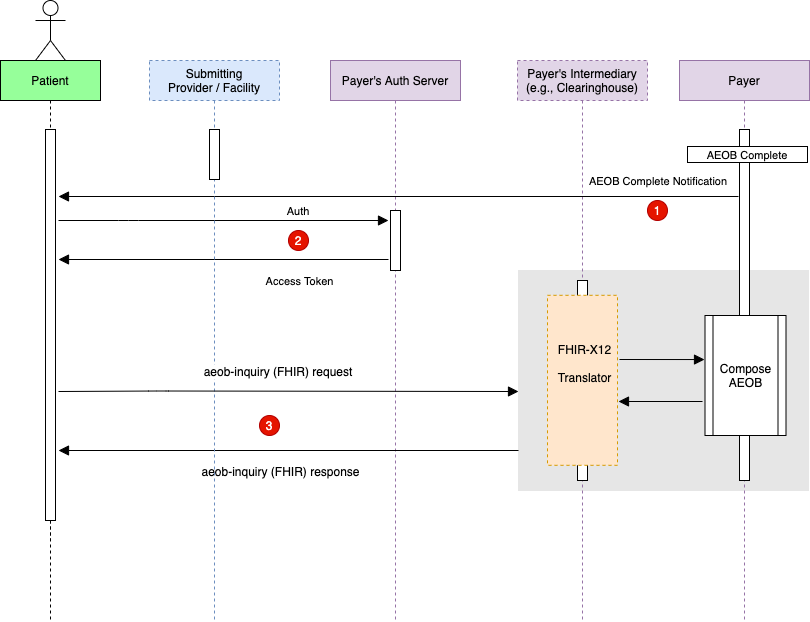
This is input/images/GetAEOB.drawio.png from HL7/davinci-pct, a draw.io export, as it was before one commit. Source tidied: cells renumbered, new cells last; positions are measured from the earlier drawing's top-left corner, leaving out a move shared by most shapes.
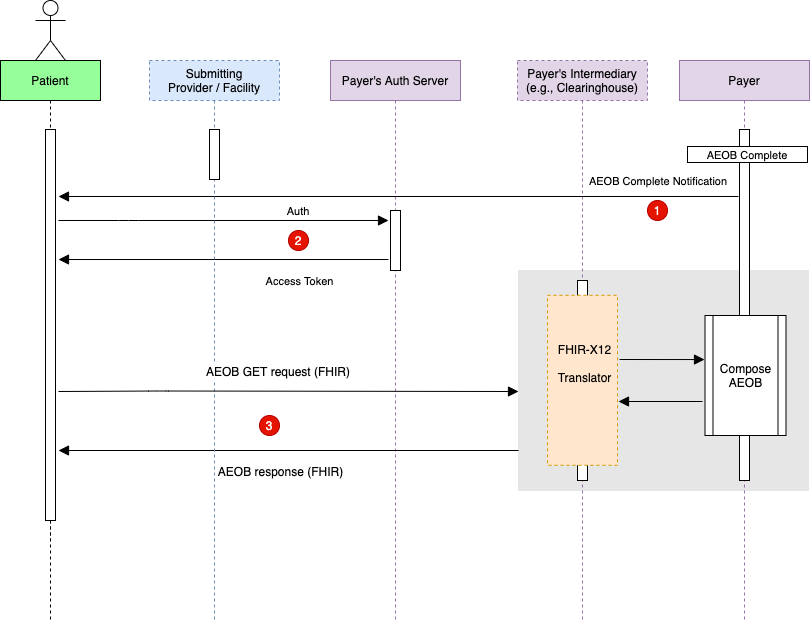
The same diagram one commit later.

Change to the diagram source:
```diff
@@ -104,7 +104,7 @@
         <mxPoint x="58" y="450" as="targetPoint" />
       </mxGeometry>
     </mxCell>
-    <mxCell id="28" value="&lt;span style=&quot;font-size: 12px&quot;&gt;aeob-inquiry (FHIR) response&lt;/span&gt;" style="edgeLabel;html=1;align=center;verticalAlign=bottom;labelPosition=center;verticalLabelPosition=top;" parent="27" vertex="1">
+    <mxCell id="28" value="&lt;span style=&quot;font-size: 12px&quot;&gt;AEOB response (FHIR)&lt;/span&gt;" style="edgeLabel;html=1;align=center;verticalAlign=bottom;labelPosition=center;verticalLabelPosition=top;" parent="27" vertex="1">
       <mxGeometry x="0.32" y="-4" relative="1" as="geometry">
         <mxPoint x="65" y="34" as="offset" />
       </mxGeometry>
@@ -115,7 +115,7 @@
     <mxCell id="30" style="perimeter=orthogonalPerimeter;rounded=0;shadow=0;strokeWidth=1;" parent="29" vertex="1">
       <mxGeometry x="60" y="69" width="10" height="50" as="geometry" />
     </mxCell>
-    <mxCell id="31" value="aeob-inquiry (FHIR) request" style="verticalAlign=bottom;endArrow=block;shadow=0;strokeWidth=1;endSize=8;fontSize=12;" parent="1" edge="1">
+    <mxCell id="31" value="AEOB GET request (FHIR)" style="verticalAlign=bottom;endArrow=block;shadow=0;strokeWidth=1;endSize=8;fontSize=12;" parent="1" edge="1">
       <mxGeometry x="-0.04" y="10" relative="1" as="geometry">
         <mxPoint x="58" y="391" as="sourcePoint" />
         <mxPoint x="518" y="391" as="targetPoint" />
```
